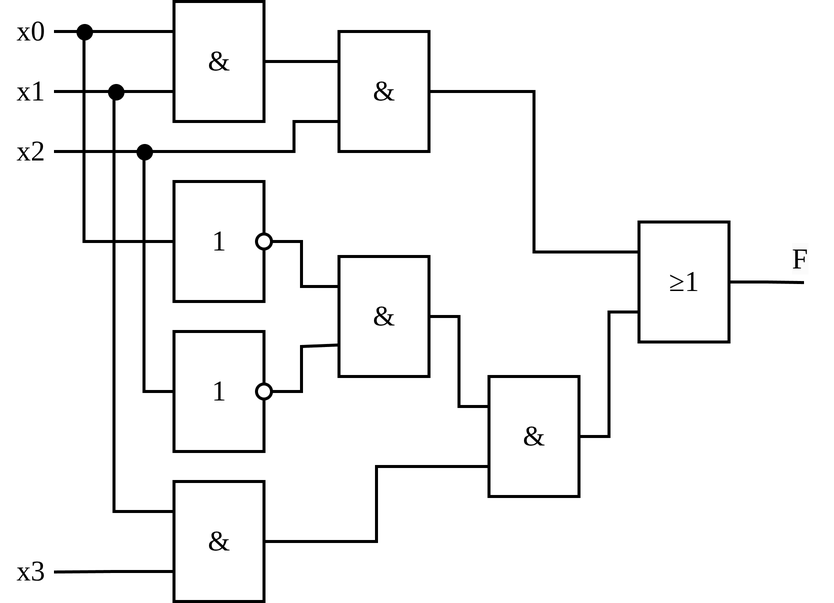
This is labs/DigitalСircuitry/lab1/pics/functional_diagram.png from smileyfaceskobochka/CompSci, a draw.io export, as it was before one commit. Source tidied: cells renumbered, new cells last; positions are measured from the earlier drawing's top-left corner, leaving out a move shared by most shapes.
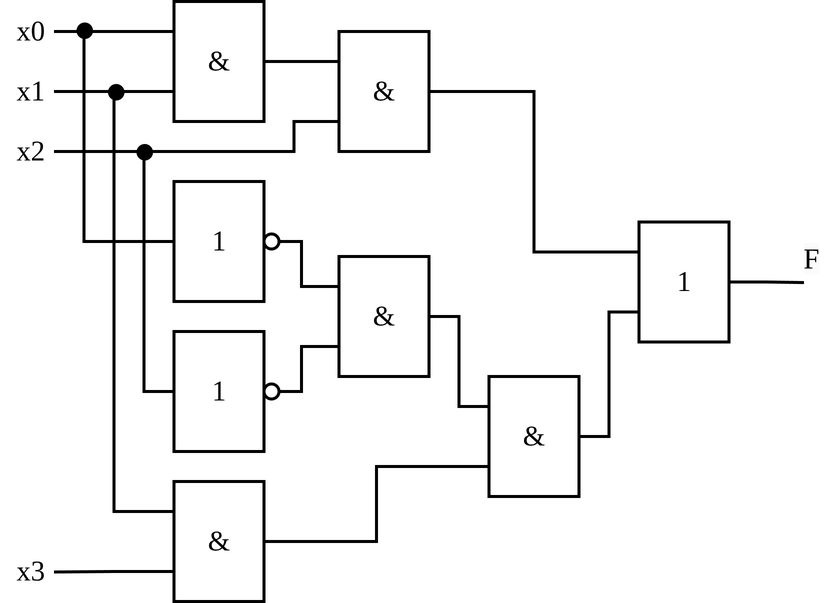
The same diagram one commit later.

What changed in the source:
```diff
@@ -2,20 +2,20 @@
   <root>
     <mxCell id="0" />
     <mxCell id="1" parent="0" />
-    <mxCell id="2" style="edgeStyle=orthogonalEdgeStyle;rounded=0;jettySize=auto;html=1;exitX=0;exitY=0.25;exitDx=0;exitDy=0;endArrow=none;endFill=0;strokeWidth=2;" parent="1" edge="1" source="4">
+    <mxCell id="2" style="edgeStyle=orthogonalEdgeStyle;rounded=0;jettySize=auto;html=1;exitX=0;exitY=0.25;exitDx=0;exitDy=0;endArrow=none;endFill=0;strokeWidth=2;align=center;fontFamily=Times New Roman;" parent="1" edge="1" source="4">
       <mxGeometry relative="1" as="geometry">
         <mxPoint x="36" y="20" as="targetPoint" />
       </mxGeometry>
     </mxCell>
-    <mxCell id="3" style="edgeStyle=orthogonalEdgeStyle;rounded=0;jettySize=auto;html=1;exitX=0;exitY=0.75;exitDx=0;exitDy=0;endArrow=none;endFill=0;strokeWidth=2;" parent="1" edge="1" source="4">
+    <mxCell id="3" style="edgeStyle=orthogonalEdgeStyle;rounded=0;jettySize=auto;html=1;exitX=0;exitY=0.75;exitDx=0;exitDy=0;endArrow=none;endFill=0;strokeWidth=2;align=center;fontFamily=Times New Roman;" parent="1" edge="1" source="4">
       <mxGeometry relative="1" as="geometry">
         <mxPoint x="36" y="60" as="targetPoint" />
       </mxGeometry>
     </mxCell>
-    <mxCell id="4" value="&lt;font face=&quot;Times New Roman&quot; style=&quot;font-size: 19px;&quot; color=&quot;#000000&quot;&gt;&amp;amp;&lt;/font&gt;" style="rounded=0;whiteSpace=wrap;html=1;fillColor=none;strokeColor=#000000;strokeWidth=2;" parent="1" vertex="1">
+    <mxCell id="4" value="&lt;font style=&quot;font-size: 19px;&quot; color=&quot;#000000&quot;&gt;&amp;amp;&lt;/font&gt;" style="rounded=0;whiteSpace=wrap;html=1;fillColor=none;strokeColor=#000000;strokeWidth=2;align=center;fontFamily=Times New Roman;" parent="1" vertex="1">
       <mxGeometry x="116" width="60" height="80" as="geometry" />
     </mxCell>
-    <mxCell id="5" style="edgeStyle=orthogonalEdgeStyle;rounded=0;jettySize=auto;html=1;exitX=1;exitY=0.5;exitDx=0;exitDy=0;entryX=0;entryY=0.25;entryDx=0;entryDy=0;endArrow=none;endFill=0;strokeWidth=2;" parent="1" edge="1" source="4" target="15">
+    <mxCell id="5" style="edgeStyle=orthogonalEdgeStyle;rounded=0;jettySize=auto;html=1;exitX=1;exitY=0.5;exitDx=0;exitDy=0;entryX=0;entryY=0.25;entryDx=0;entryDy=0;endArrow=none;endFill=0;strokeWidth=2;align=center;fontFamily=Times New Roman;" parent="1" edge="1" source="4" target="15">
       <mxGeometry relative="1" as="geometry">
         <Array as="points">
           <mxPoint x="206" y="40" />
@@ -26,20 +26,20 @@
     <mxCell id="6" value="x0" style="text;html=1;align=center;verticalAlign=middle;strokeColor=none;fillColor=none;fontFamily=Times New Roman;fontSize=19;fontColor=#000000;" parent="1" vertex="1">
       <mxGeometry width="40" height="40" as="geometry" />
     </mxCell>
-    <mxCell id="7" style="group;" parent="1" vertex="1">
+    <mxCell id="7" style="group;align=center;fontFamily=Times New Roman;" parent="1" vertex="1">
       <mxGeometry x="116" y="320" width="70" height="80" as="geometry" />
     </mxCell>
-    <mxCell id="8" style="edgeStyle=orthogonalEdgeStyle;rounded=0;jettySize=auto;html=1;exitX=0;exitY=0.25;exitDx=0;exitDy=0;endArrow=none;endFill=0;strokeWidth=2;" parent="7" edge="1" source="10">
+    <mxCell id="8" style="edgeStyle=orthogonalEdgeStyle;rounded=0;jettySize=auto;html=1;exitX=0;exitY=0.25;exitDx=0;exitDy=0;endArrow=none;endFill=0;strokeWidth=2;align=center;fontFamily=Times New Roman;" parent="7" edge="1" source="10">
       <mxGeometry relative="1" as="geometry">
         <mxPoint x="-40" y="-260" as="targetPoint" />
       </mxGeometry>
     </mxCell>
-    <mxCell id="9" style="edgeStyle=orthogonalEdgeStyle;rounded=0;jettySize=auto;html=1;exitX=0;exitY=0.75;exitDx=0;exitDy=0;endArrow=none;endFill=0;strokeWidth=2;" parent="7" edge="1" source="10">
+    <mxCell id="9" style="edgeStyle=orthogonalEdgeStyle;rounded=0;jettySize=auto;html=1;exitX=0;exitY=0.75;exitDx=0;exitDy=0;endArrow=none;endFill=0;strokeWidth=2;align=center;fontFamily=Times New Roman;" parent="7" edge="1" source="10">
       <mxGeometry relative="1" as="geometry">
         <mxPoint x="-80" y="60.3" as="targetPoint" />
       </mxGeometry>
     </mxCell>
-    <mxCell id="10" value="&lt;font face=&quot;Times New Roman&quot; style=&quot;font-size: 19px;&quot; color=&quot;#000000&quot;&gt;&amp;amp;&lt;/font&gt;" style="rounded=0;whiteSpace=wrap;html=1;fillColor=none;strokeColor=#000000;strokeWidth=2;" parent="7" vertex="1">
+    <mxCell id="10" value="&lt;font style=&quot;font-size: 19px;&quot; color=&quot;#000000&quot;&gt;&amp;amp;&lt;/font&gt;" style="rounded=0;whiteSpace=wrap;html=1;fillColor=none;strokeColor=#000000;strokeWidth=2;align=center;fontFamily=Times New Roman;" parent="7" vertex="1">
       <mxGeometry width="60" height="80" as="geometry" />
     </mxCell>
     <mxCell id="11" value="x1" style="text;html=1;align=center;verticalAlign=middle;strokeColor=none;fillColor=none;fontFamily=Times New Roman;fontSize=19;fontColor=#000000;" parent="1" vertex="1">
@@ -48,7 +48,7 @@
     <mxCell id="12" value="x2" style="text;html=1;align=center;verticalAlign=middle;strokeColor=none;fillColor=none;fontFamily=Times New Roman;fontSize=19;fontColor=#000000;" parent="1" vertex="1">
       <mxGeometry y="80" width="40" height="40" as="geometry" />
     </mxCell>
-    <mxCell id="13" style="edgeStyle=orthogonalEdgeStyle;rounded=0;jettySize=auto;html=1;exitX=0;exitY=0.75;exitDx=0;exitDy=0;strokeWidth=2;endArrow=none;endFill=0;" parent="1" edge="1" source="15">
+    <mxCell id="13" style="edgeStyle=orthogonalEdgeStyle;rounded=0;jettySize=auto;html=1;exitX=0;exitY=0.75;exitDx=0;exitDy=0;strokeWidth=2;endArrow=none;endFill=0;align=center;fontFamily=Times New Roman;" parent="1" edge="1" source="15">
       <mxGeometry relative="1" as="geometry">
         <mxPoint x="36" y="100" as="targetPoint" />
         <Array as="points">
@@ -57,31 +57,31 @@
         </Array>
       </mxGeometry>
     </mxCell>
-    <mxCell id="14" style="edgeStyle=orthogonalEdgeStyle;rounded=0;jettySize=auto;html=1;exitX=1;exitY=0.5;exitDx=0;exitDy=0;entryX=0;entryY=0.25;entryDx=0;entryDy=0;endArrow=none;endFill=0;strokeWidth=2;" parent="1" edge="1" source="15" target="29">
+    <mxCell id="14" style="edgeStyle=orthogonalEdgeStyle;rounded=0;jettySize=auto;html=1;exitX=1;exitY=0.5;exitDx=0;exitDy=0;entryX=0;entryY=0.25;entryDx=0;entryDy=0;endArrow=none;endFill=0;strokeWidth=2;align=center;fontFamily=Times New Roman;" parent="1" edge="1" source="15" target="29">
       <mxGeometry relative="1" as="geometry" />
     </mxCell>
-    <mxCell id="15" value="&lt;font face=&quot;Times New Roman&quot; style=&quot;font-size: 19px;&quot; color=&quot;#000000&quot;&gt;&amp;amp;&lt;/font&gt;" style="rounded=0;whiteSpace=wrap;html=1;fillColor=none;strokeColor=#000000;strokeWidth=2;" parent="1" vertex="1">
+    <mxCell id="15" value="&lt;font style=&quot;font-size: 19px;&quot; color=&quot;#000000&quot;&gt;&amp;amp;&lt;/font&gt;" style="rounded=0;whiteSpace=wrap;html=1;fillColor=none;strokeColor=#000000;strokeWidth=2;align=center;fontFamily=Times New Roman;" parent="1" vertex="1">
       <mxGeometry x="226" y="20" width="60" height="80" as="geometry" />
     </mxCell>
-    <mxCell id="16" style="ellipse;whiteSpace=wrap;html=1;fillColor=#000000;" parent="1" vertex="1">
-      <mxGeometry x="51" y="15" width="10" height="10" as="geometry" />
+    <mxCell id="16" style="ellipse;whiteSpace=wrap;html=1;fillColor=#000000;align=center;fontFamily=Times New Roman;" parent="1" vertex="1">
+      <mxGeometry x="51" y="14" width="10" height="10" as="geometry" />
     </mxCell>
-    <mxCell id="17" style="ellipse;whiteSpace=wrap;html=1;fillColor=#000000;" parent="1" vertex="1">
+    <mxCell id="17" style="ellipse;whiteSpace=wrap;html=1;fillColor=#000000;align=center;fontFamily=Times New Roman;" parent="1" vertex="1">
       <mxGeometry x="72" y="55" width="10" height="10" as="geometry" />
     </mxCell>
-    <mxCell id="18" style="ellipse;whiteSpace=wrap;html=1;fillColor=#000000;" parent="1" vertex="1">
+    <mxCell id="18" style="ellipse;whiteSpace=wrap;html=1;fillColor=#000000;align=center;fontFamily=Times New Roman;" parent="1" vertex="1">
       <mxGeometry x="91" y="95" width="10" height="10" as="geometry" />
     </mxCell>
     <mxCell id="19" value="x3" style="text;html=1;align=center;verticalAlign=middle;strokeColor=none;fillColor=none;fontFamily=Times New Roman;fontSize=19;fontColor=#000000;" parent="1" vertex="1">
       <mxGeometry y="360" width="40" height="40" as="geometry" />
     </mxCell>
-    <mxCell id="20" style="group;" parent="1" vertex="1">
+    <mxCell id="20" style="group;align=center;fontFamily=Times New Roman;" parent="1" vertex="1">
       <mxGeometry x="226" y="170" width="70" height="80" as="geometry" />
     </mxCell>
-    <mxCell id="21" value="&lt;font face=&quot;Times New Roman&quot; style=&quot;font-size: 19px;&quot; color=&quot;#000000&quot;&gt;&amp;amp;&lt;/font&gt;" style="rounded=0;whiteSpace=wrap;html=1;fillColor=none;strokeColor=#000000;strokeWidth=2;" parent="20" vertex="1">
+    <mxCell id="21" value="&lt;font style=&quot;font-size: 19px;&quot; color=&quot;#000000&quot;&gt;&amp;amp;&lt;/font&gt;" style="rounded=0;whiteSpace=wrap;html=1;fillColor=none;strokeColor=#000000;strokeWidth=2;align=center;fontFamily=Times New Roman;" parent="20" vertex="1">
       <mxGeometry width="60" height="80" as="geometry" />
     </mxCell>
-    <mxCell id="22" style="edgeStyle=orthogonalEdgeStyle;rounded=0;jettySize=auto;html=1;exitX=1;exitY=0.5;exitDx=0;exitDy=0;entryX=0;entryY=0.25;entryDx=0;entryDy=0;endArrow=none;endFill=0;strokeWidth=2;" parent="1" edge="1" source="34" target="21">
+    <mxCell id="22" style="edgeStyle=orthogonalEdgeStyle;rounded=0;jettySize=auto;html=1;exitX=1;exitY=0.5;exitDx=0;exitDy=0;entryX=0;entryY=0.25;entryDx=0;entryDy=0;endArrow=none;endFill=0;strokeWidth=2;align=center;fontFamily=Times New Roman;" parent="1" edge="1" source="34" target="21">
       <mxGeometry relative="1" as="geometry">
         <Array as="points">
           <mxPoint x="201" y="160" />
@@ -89,13 +89,13 @@
         </Array>
       </mxGeometry>
     </mxCell>
-    <mxCell id="23" style="group;" parent="1" vertex="1">
+    <mxCell id="23" style="group;align=center;fontFamily=Times New Roman;" parent="1" vertex="1">
       <mxGeometry x="326" y="250" width="70" height="80" as="geometry" />
     </mxCell>
-    <mxCell id="24" value="&lt;font face=&quot;Times New Roman&quot; style=&quot;font-size: 19px;&quot; color=&quot;#000000&quot;&gt;&amp;amp;&lt;/font&gt;" style="rounded=0;whiteSpace=wrap;html=1;fillColor=none;strokeColor=#000000;strokeWidth=2;" parent="23" vertex="1">
+    <mxCell id="24" value="&lt;font style=&quot;font-size: 19px;&quot; color=&quot;#000000&quot;&gt;&amp;amp;&lt;/font&gt;" style="rounded=0;whiteSpace=wrap;html=1;fillColor=none;strokeColor=#000000;strokeWidth=2;align=center;fontFamily=Times New Roman;" parent="23" vertex="1">
       <mxGeometry width="60" height="80" as="geometry" />
     </mxCell>
-    <mxCell id="25" style="edgeStyle=orthogonalEdgeStyle;rounded=0;jettySize=auto;html=1;exitX=1;exitY=0.5;exitDx=0;exitDy=0;entryX=0;entryY=0.25;entryDx=0;entryDy=0;endArrow=none;endFill=0;strokeWidth=2;" parent="1" edge="1" source="21" target="24">
+    <mxCell id="25" style="edgeStyle=orthogonalEdgeStyle;rounded=0;jettySize=auto;html=1;exitX=1;exitY=0.5;exitDx=0;exitDy=0;entryX=0;entryY=0.25;entryDx=0;entryDy=0;endArrow=none;endFill=0;strokeWidth=2;align=center;fontFamily=Times New Roman;" parent="1" edge="1" source="21" target="24">
       <mxGeometry relative="1" as="geometry">
         <Array as="points">
           <mxPoint x="306" y="210" />
@@ -103,49 +103,49 @@
         </Array>
       </mxGeometry>
     </mxCell>
-    <mxCell id="26" style="edgeStyle=orthogonalEdgeStyle;rounded=0;jettySize=auto;html=1;exitX=1;exitY=0.5;exitDx=0;exitDy=0;entryX=0;entryY=0.75;entryDx=0;entryDy=0;endArrow=none;endFill=0;strokeWidth=2;" parent="1" edge="1" source="10" target="24">
+    <mxCell id="26" style="edgeStyle=orthogonalEdgeStyle;rounded=0;jettySize=auto;html=1;exitX=1;exitY=0.5;exitDx=0;exitDy=0;entryX=0;entryY=0.75;entryDx=0;entryDy=0;endArrow=none;endFill=0;strokeWidth=2;align=center;fontFamily=Times New Roman;" parent="1" edge="1" source="10" target="24">
       <mxGeometry relative="1" as="geometry" />
     </mxCell>
-    <mxCell id="27" style="group;" parent="1" vertex="1">
+    <mxCell id="27" style="group;align=center;fontFamily=Times New Roman;" parent="1" vertex="1">
       <mxGeometry x="426" y="147" width="70" height="80" as="geometry" />
     </mxCell>
-    <mxCell id="28" style="edgeStyle=orthogonalEdgeStyle;rounded=0;jettySize=auto;html=1;exitX=1;exitY=0.5;exitDx=0;exitDy=0;endArrow=none;endFill=0;strokeWidth=2;" parent="27" edge="1" source="29">
+    <mxCell id="28" style="edgeStyle=orthogonalEdgeStyle;rounded=0;jettySize=auto;html=1;exitX=1;exitY=0.5;exitDx=0;exitDy=0;endArrow=none;endFill=0;strokeWidth=2;align=center;fontFamily=Times New Roman;" parent="27" edge="1" source="29">
       <mxGeometry relative="1" as="geometry">
         <mxPoint x="110" y="40.4" as="targetPoint" />
       </mxGeometry>
     </mxCell>
-    <mxCell id="29" value="&lt;font face=&quot;Times New Roman&quot;&gt;&lt;span style=&quot;font-size: 19px;&quot;&gt;≥1&lt;/span&gt;&lt;/font&gt;" style="rounded=0;whiteSpace=wrap;html=1;fillColor=none;strokeColor=#000000;strokeWidth=2;" parent="27" vertex="1">
+    <mxCell id="29" value="&lt;font&gt;&lt;span style=&quot;font-size: 19px;&quot;&gt;1&lt;/span&gt;&lt;/font&gt;" style="rounded=0;whiteSpace=wrap;html=1;fillColor=none;strokeColor=#000000;strokeWidth=2;align=center;fontFamily=Times New Roman;" parent="27" vertex="1">
       <mxGeometry width="60" height="80" as="geometry" />
     </mxCell>
-    <mxCell id="30" style="edgeStyle=orthogonalEdgeStyle;rounded=0;jettySize=auto;html=1;exitX=1;exitY=0.5;exitDx=0;exitDy=0;entryX=0;entryY=0.75;entryDx=0;entryDy=0;strokeWidth=2;endArrow=none;endFill=0;" parent="1" edge="1" source="24" target="29">
+    <mxCell id="30" style="edgeStyle=orthogonalEdgeStyle;rounded=0;jettySize=auto;html=1;exitX=1;exitY=0.5;exitDx=0;exitDy=0;entryX=0;entryY=0.75;entryDx=0;entryDy=0;strokeWidth=2;endArrow=none;endFill=0;align=center;fontFamily=Times New Roman;" parent="1" edge="1" source="24" target="29">
       <mxGeometry relative="1" as="geometry" />
     </mxCell>
-    <mxCell id="31" value="&lt;span style=&quot;color: rgb(0, 0, 0); font-family: &amp;quot;Times New Roman&amp;quot;; font-size: 19px; font-style: normal; font-variant-ligatures: normal; font-variant-caps: normal; font-weight: 400; letter-spacing: normal; orphans: 2; text-align: center; text-indent: 0px; text-transform: none; widows: 2; word-spacing: 0px; -webkit-text-stroke-width: 0px; white-space: normal; background-color: rgb(251, 251, 251); text-decoration-thickness: initial; text-decoration-style: initial; text-decoration-color: initial; float: none; display: inline !important;&quot;&gt;F&lt;/span&gt;" style="text;whiteSpace=wrap;html=1;fontSize=19;" parent="1" vertex="1">
+    <mxCell id="31" value="&lt;span style=&quot;color: rgb(0, 0, 0); font-size: 19px; font-style: normal; font-variant-ligatures: normal; font-variant-caps: normal; font-weight: 400; letter-spacing: normal; orphans: 2; text-indent: 0px; text-transform: none; widows: 2; word-spacing: 0px; -webkit-text-stroke-width: 0px; white-space: normal; background-color: rgb(251, 251, 251); text-decoration-thickness: initial; text-decoration-style: initial; text-decoration-color: initial; float: none; display: inline !important;&quot;&gt;F&lt;/span&gt;" style="text;whiteSpace=wrap;html=1;fontSize=19;align=center;fontFamily=Times New Roman;" parent="1" vertex="1">
       <mxGeometry x="526" y="154" width="30" height="38" as="geometry" />
     </mxCell>
-    <mxCell id="32" style="edgeStyle=orthogonalEdgeStyle;rounded=0;jettySize=auto;html=1;exitX=0;exitY=0.5;exitDx=0;exitDy=0;endArrow=none;endFill=0;strokeWidth=2;" parent="1" edge="1" source="33">
+    <mxCell id="32" style="edgeStyle=orthogonalEdgeStyle;rounded=0;jettySize=auto;html=1;exitX=0;exitY=0.5;exitDx=0;exitDy=0;endArrow=none;endFill=0;strokeWidth=2;align=center;fontFamily=Times New Roman;" parent="1" edge="1" source="33">
       <mxGeometry relative="1" as="geometry">
         <mxPoint x="56" y="20" as="targetPoint" />
       </mxGeometry>
     </mxCell>
-    <mxCell id="33" value="&lt;font face=&quot;Times New Roman&quot; style=&quot;font-size: 19px;&quot; color=&quot;#000000&quot;&gt;1&lt;/font&gt;" style="rounded=0;whiteSpace=wrap;html=1;fillColor=none;strokeColor=#000000;strokeWidth=2;" parent="1" vertex="1">
+    <mxCell id="33" value="&lt;font style=&quot;font-size: 19px;&quot; color=&quot;#000000&quot;&gt;1&lt;/font&gt;" style="rounded=0;whiteSpace=wrap;html=1;fillColor=none;strokeColor=#000000;strokeWidth=2;align=center;fontFamily=Times New Roman;" parent="1" vertex="1">
       <mxGeometry x="116" y="120" width="60" height="80" as="geometry" />
     </mxCell>
-    <mxCell id="34" style="ellipse;whiteSpace=wrap;html=1;fillColor=default;strokeColor=#000000;strokeWidth=2;" parent="1" vertex="1">
-      <mxGeometry x="171" y="155" width="10" height="10" as="geometry" />
+    <mxCell id="34" style="ellipse;whiteSpace=wrap;html=1;fillColor=default;strokeColor=#000000;strokeWidth=2;align=center;fontFamily=Times New Roman;" parent="1" vertex="1">
+      <mxGeometry x="176" y="155" width="10" height="10" as="geometry" />
     </mxCell>
-    <mxCell id="35" style="edgeStyle=orthogonalEdgeStyle;rounded=0;jettySize=auto;html=1;exitX=0;exitY=0.5;exitDx=0;exitDy=0;endArrow=none;endFill=0;strokeWidth=2;" parent="1" edge="1" source="36">
+    <mxCell id="35" style="edgeStyle=orthogonalEdgeStyle;rounded=0;jettySize=auto;html=1;exitX=0;exitY=0.5;exitDx=0;exitDy=0;endArrow=none;endFill=0;strokeWidth=2;align=center;fontFamily=Times New Roman;" parent="1" edge="1" source="36">
       <mxGeometry relative="1" as="geometry">
         <mxPoint x="96" y="100" as="targetPoint" />
       </mxGeometry>
     </mxCell>
-    <mxCell id="36" value="&lt;font face=&quot;Times New Roman&quot; style=&quot;font-size: 19px;&quot; color=&quot;#000000&quot;&gt;1&lt;/font&gt;" style="rounded=0;whiteSpace=wrap;html=1;fillColor=none;strokeColor=#000000;strokeWidth=2;" parent="1" vertex="1">
+    <mxCell id="36" value="&lt;font style=&quot;font-size: 19px;&quot; color=&quot;#000000&quot;&gt;1&lt;/font&gt;" style="rounded=0;whiteSpace=wrap;html=1;fillColor=none;strokeColor=#000000;strokeWidth=2;align=center;fontFamily=Times New Roman;" parent="1" vertex="1">
       <mxGeometry x="116" y="220" width="60" height="80" as="geometry" />
     </mxCell>
-    <mxCell id="37" style="ellipse;whiteSpace=wrap;html=1;fillColor=default;strokeColor=#000000;strokeWidth=2;" parent="1" vertex="1">
-      <mxGeometry x="171" y="255" width="10" height="10" as="geometry" />
+    <mxCell id="37" style="ellipse;whiteSpace=wrap;html=1;fillColor=default;strokeColor=#000000;strokeWidth=2;align=center;fontFamily=Times New Roman;" parent="1" vertex="1">
+      <mxGeometry x="176" y="255" width="10" height="10" as="geometry" />
     </mxCell>
-    <mxCell id="38" style="edgeStyle=orthogonalEdgeStyle;rounded=0;jettySize=auto;html=1;exitX=1;exitY=0.5;exitDx=0;exitDy=0;entryX=0;entryY=0.75;entryDx=0;entryDy=0;endArrow=none;endFill=0;strokeWidth=2;" parent="1" edge="1" source="37">
+    <mxCell id="38" style="edgeStyle=orthogonalEdgeStyle;rounded=0;jettySize=auto;html=1;exitX=1;exitY=0.5;exitDx=0;exitDy=0;entryX=0;entryY=0.75;entryDx=0;entryDy=0;endArrow=none;endFill=0;strokeWidth=2;align=center;fontFamily=Times New Roman;" parent="1" edge="1" source="37">
       <mxGeometry relative="1" as="geometry">
         <mxPoint x="226" y="229" as="targetPoint" />
         <Array as="points">
```
